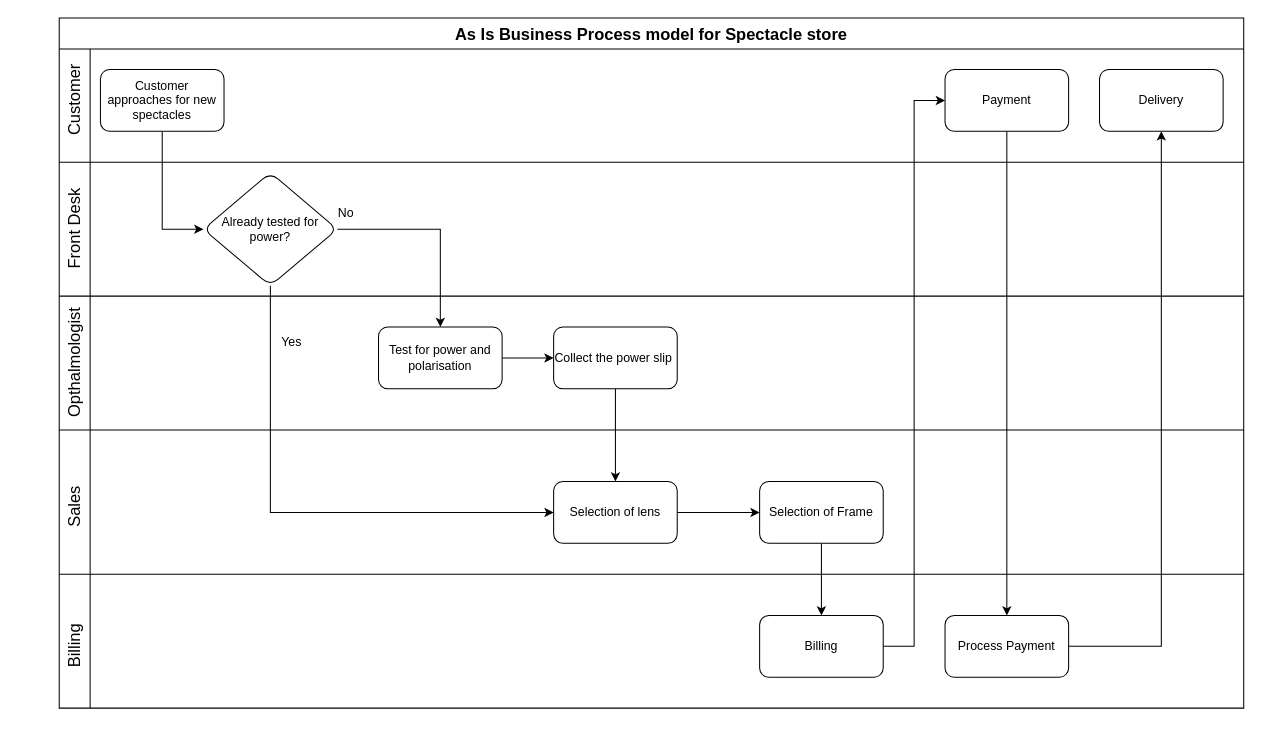
Above: ISM Assignment.drawio in Aniruddh-0701/Aniruddh-0701 (draw.io), before the change. Source tidied: cells renumbered, new cells numbered last; positions are measured from the earlier drawing's top-left corner, leaving out a move shared by most shapes. Both pictures are drawn from the tidied source at 103%, with x=0, y=0 at pixel (-3, 18).
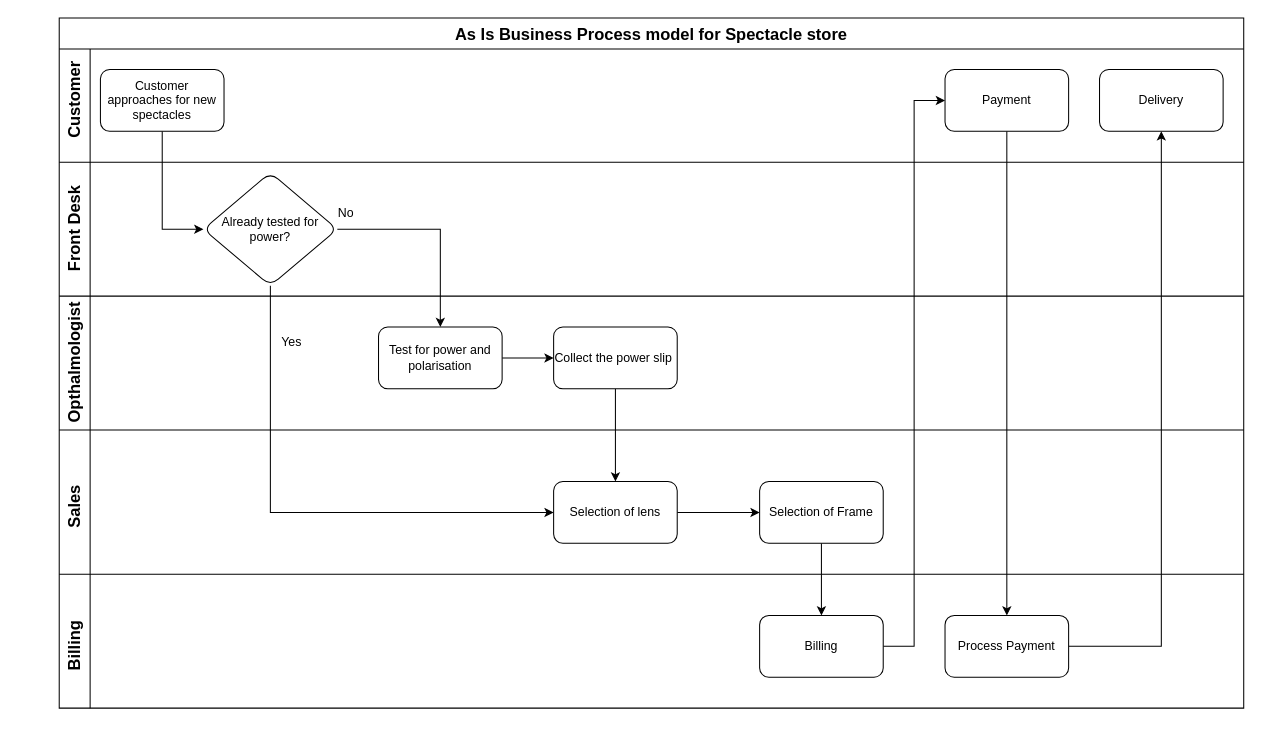
Above is the later version.

What changed in the source:
```diff
@@
-    <mxCell id="40" value="&lt;p style=&quot;line-height: 200%;&quot;&gt;Front Desk&lt;/p&gt;" style="shape=partialRectangle;html=1;strokeColor=inherit;overflow=visible;fillColor=none;top=0;left=0;bottom=0;right=0;fontSize=16;rotation=-90;direction=north;" parent="1" vertex="1">
+    <mxCell id="40" value="&lt;p style=&quot;line-height: 200%;&quot;&gt;Front Desk&lt;/p&gt;" style="shape=partialRectangle;html=1;strokeColor=inherit;overflow=visible;fillColor=none;top=0;left=0;bottom=0;right=0;fontSize=16;rotation=-90;direction=north;fontStyle=1;" parent="1" vertex="1">
       <mxGeometry y="190" width="150" height="30" as="geometry" />
     </mxCell>
-    <mxCell id="41" value="&lt;p style=&quot;line-height: 200%;&quot;&gt;Sales&lt;/p&gt;" style="shape=partialRectangle;html=1;strokeColor=inherit;overflow=visible;fillColor=none;top=0;left=0;bottom=0;right=0;fontSize=16;rotation=-90;direction=north;" parent="1" vertex="1">
+    <mxCell id="41" value="&lt;p style=&quot;line-height: 200%;&quot;&gt;Sales&lt;/p&gt;" style="shape=partialRectangle;html=1;strokeColor=inherit;overflow=visible;fillColor=none;top=0;left=0;bottom=0;right=0;fontSize=16;rotation=-90;direction=north;fontStyle=1;" parent="1" vertex="1">
       <mxGeometry y="460" width="150" height="30" as="geometry" />
     </mxCell>
-    <mxCell id="42" value="&lt;p style=&quot;line-height: 200%;&quot;&gt;Opthalmologist&lt;/p&gt;" style="shape=partialRectangle;html=1;strokeColor=inherit;overflow=visible;fillColor=none;top=0;left=0;bottom=0;right=0;fontSize=16;rotation=-90;direction=north;" parent="1" vertex="1">
+    <mxCell id="42" value="&lt;p style=&quot;line-height: 200%;&quot;&gt;Opthalmologist&lt;/p&gt;" style="shape=partialRectangle;html=1;strokeColor=inherit;overflow=visible;fillColor=none;top=0;left=0;bottom=0;right=0;fontSize=16;rotation=-90;direction=north;fontStyle=1;" parent="1" vertex="1">
       <mxGeometry y="320" width="150" height="30" as="geometry" />
     </mxCell>
-    <mxCell id="43" value="&lt;p style=&quot;line-height: 200%;&quot;&gt;Billing&lt;/p&gt;" style="shape=partialRectangle;html=1;strokeColor=inherit;overflow=visible;fillColor=none;top=0;left=0;bottom=0;right=0;fontSize=16;rotation=-90;direction=north;" parent="1" vertex="1">
+    <mxCell id="43" value="&lt;p style=&quot;line-height: 200%;&quot;&gt;Billing&lt;/p&gt;" style="shape=partialRectangle;html=1;strokeColor=inherit;overflow=visible;fillColor=none;top=0;left=0;bottom=0;right=0;fontSize=16;rotation=-90;direction=north;fontStyle=1;" parent="1" vertex="1">
       <mxGeometry y="595" width="150" height="30" as="geometry" />
     </mxCell>
-    <mxCell id="44" value="&lt;p style=&quot;line-height: 200%;&quot;&gt;Customer&lt;/p&gt;" style="shape=partialRectangle;html=1;strokeColor=inherit;overflow=visible;fillColor=none;top=0;left=0;bottom=0;right=0;fontSize=16;rotation=-90;direction=north;" parent="1" vertex="1">
+    <mxCell id="44" value="&lt;p style=&quot;line-height: 200%;&quot;&gt;Customer&lt;/p&gt;" style="shape=partialRectangle;html=1;strokeColor=inherit;overflow=visible;fillColor=none;top=0;left=0;bottom=0;right=0;fontSize=16;rotation=-90;direction=north;fontStyle=1;" parent="1" vertex="1">
       <mxGeometry y="65" width="150" height="30" as="geometry" />
     </mxCell>
```
